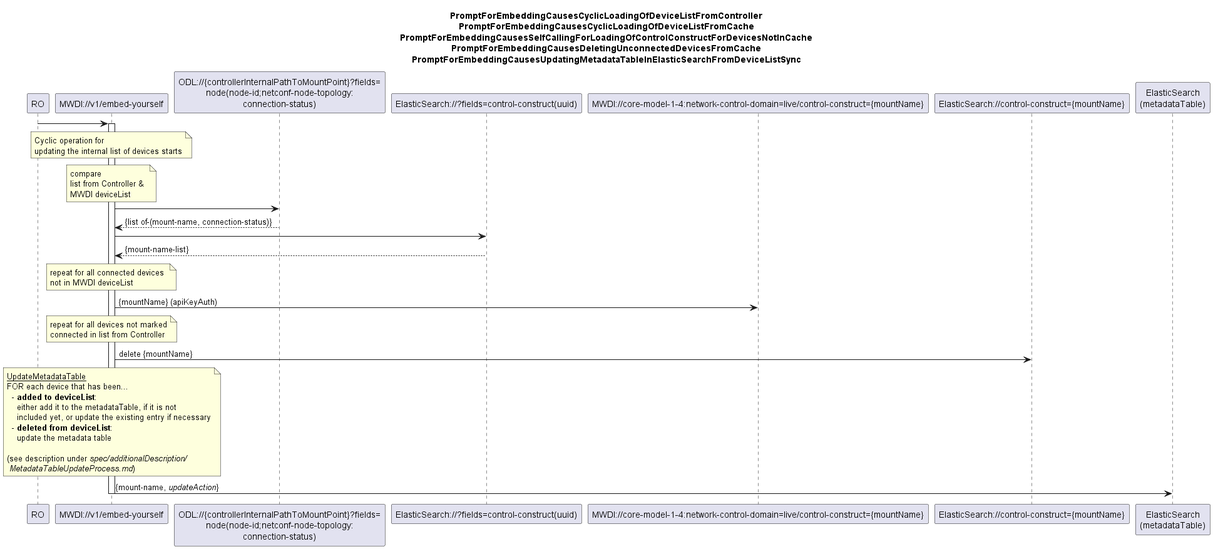
This is spec/diagrams/00x_CyclicOperationBasedDeviceListSync.png from openBackhaul/MicroWaveDeviceInventory, a PlantUML export, as it was before one commit.
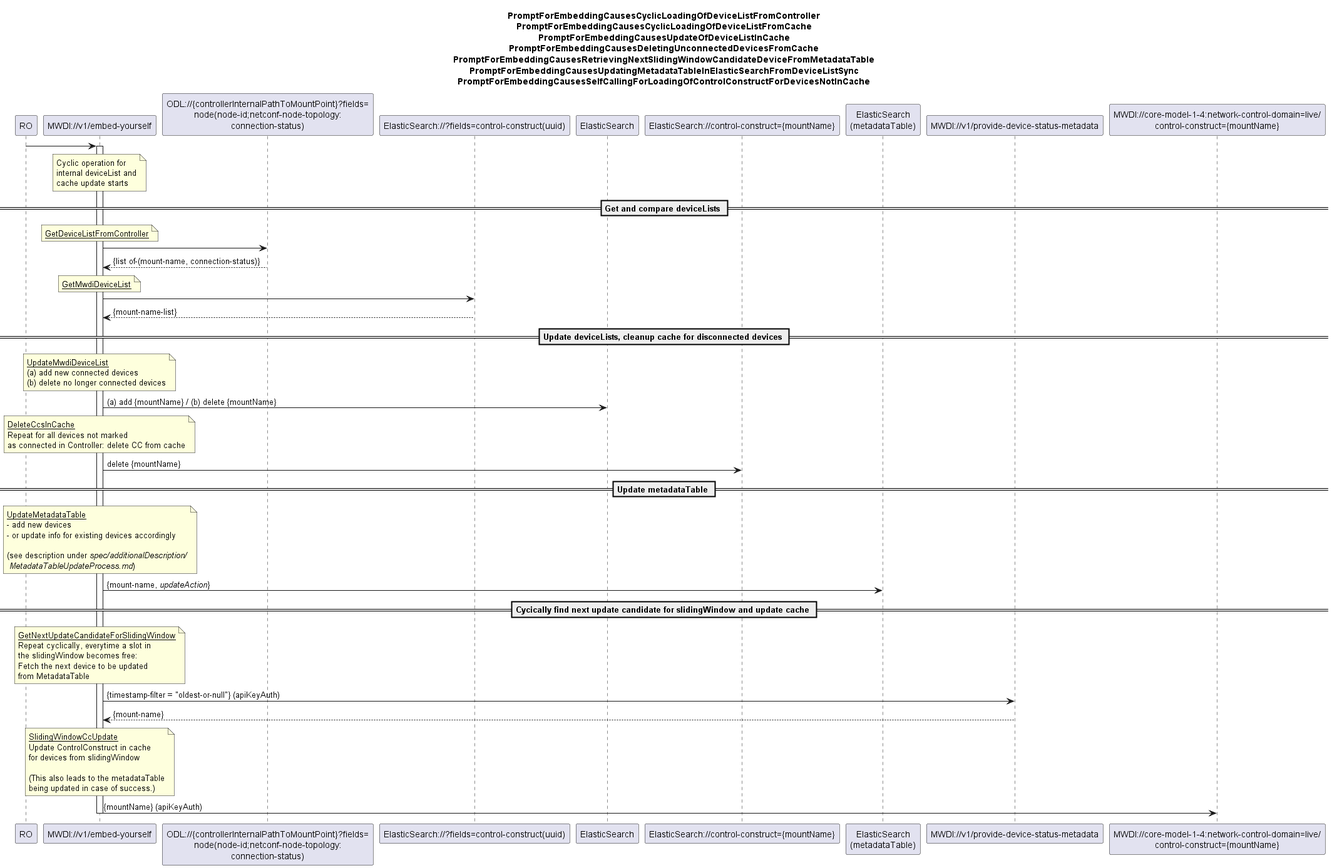
Above is the later version.

Change to the diagram source:
```diff
@@ -1,70 +1,102 @@
 @startuml 00x_CyclicOperationBasedDeviceListSync
 skinparam responseMessageBelowArrow true
+
+
 
 title
 PromptForEmbeddingCausesCyclicLoadingOfDeviceListFromController
 PromptForEmbeddingCausesCyclicLoadingOfDeviceListFromCache
+PromptForEmbeddingCausesUpdateOfDeviceListInCache
+PromptForEmbeddingCausesDeletingUnconnectedDevicesFromCache
+PromptForEmbeddingCausesRetrievingNextSlidingWindowCandidateDeviceFromMetadataTable
+PromptForEmbeddingCausesUpdatingMetadataTableInElasticSearchFromDeviceListSync
 PromptForEmbeddingCausesSelfCallingForLoadingOfControlConstructForDevicesNotInCache
-PromptForEmbeddingCausesDeletingUnconnectedDevicesFromCache
-PromptForEmbeddingCausesUpdatingMetadataTableInElasticSearchFromDeviceListSync
 end title
 
 participant "RO" as ro
 participant "MWDI://v1/embed-yourself" as mwdi
 participant "ODL://{controllerInternalPathToMountPoint}?fields=\nnode(node-id;netconf-node-topology:\nconnection-status)" as odlConnectionStatus
 participant "ElasticSearch://?fields=control-construct(uuid)" as ConnectedDeviceList
-participant "MWDI://core-model-1-4:network-control-domain=live/control-construct={mountName}" as ControlConstruct
-participant "ElasticSearch://control-construct={mountName}" as es
+participant "ElasticSearch" as es
+participant "ElasticSearch://control-construct={mountName}" as esCC
 participant "ElasticSearch\n(metadataTable)" as mtab
+participant "MWDI://v1/provide-device-status-metadata" as metadata
+participant "MWDI://core-model-1-4:network-control-domain=live/\ncontrol-construct={mountName}" as ControlConstruct
+
+
 
 ro -> mwdi
 activate mwdi
 
 note over mwdi
 Cyclic operation for
-updating the internal list of devices starts
+internal deviceList and
+cache update starts
 end note
 
+== Get and compare deviceLists ==
+
 note over mwdi
-compare
-list from Controller &
-MWDI deviceList
+  <u>GetDeviceListFromController</u>
 end note
-
 mwdi -> odlConnectionStatus
 odlConnectionStatus --> mwdi: {list of-(mount-name, connection-status)}
 
+note over mwdi
+  <u>GetMwdiDeviceList</u>
+end note
 mwdi -> ConnectedDeviceList
 ConnectedDeviceList --> mwdi: {mount-name-list}
 
-note over mwdi
-repeat for all connected devices
-not in MWDI deviceList
-end note
-
-mwdi -> ControlConstruct: {mountName} (apiKeyAuth)
+== Update deviceLists, cleanup cache for disconnected devices ==
 
 note over mwdi
-repeat for all devices not marked
-connected in list from Controller
+  <u>UpdateMwdiDeviceList</u>
+  (a) add new connected devices
+  (b) delete no longer connected devices
 end note
-
-mwdi -> es: delete {mountName}
+mwdi -> es: (a) add {mountName} / (b) delete {mountName}
 
 note over mwdi
+  <u>DeleteCcsInCache</u>
+  Repeat for all devices not marked
+  as connected in Controller: delete CC from cache
+end note
+mwdi -> esCC: delete {mountName}
+
+== Update metadataTable ==
+note over mwdi
   <u>UpdateMetadataTable</u>
-  FOR each device that has been...
-    - <b>added to deviceList</b>:
-      either add it to the metadataTable, if it is not
-      included yet, or update the existing entry if necessary
-    - <b>deleted from deviceList</b>:
-      update the metadata table
+  - add new devices
+  - or update info for existing devices accordingly
 
   (see description under <i>spec/additionalDescription/</i>
    <i>MetadataTableUpdateProcess.md</i>)
 end note
 mwdi -> mtab: {mount-name, <i>updateAction</i>}
 
+== Cycically find next update candidate for slidingWindow and update cache ==
+
+note over mwdi
+  <u>GetNextUpdateCandidateForSlidingWindow</u>
+  Repeat cyclically, everytime a slot in
+  the slidingWindow becomes free:
+  Fetch the next device to be updated
+  from MetadataTable
+end note
+mwdi -> metadata: {timestamp-filter = "oldest-or-null"} (apiKeyAuth)
+metadata --> mwdi: {mount-name}
+
+note over mwdi
+  <u>SlidingWindowCcUpdate</u>
+  Update ControlConstruct in cache
+  for devices from slidingWindow
+
+  (This also leads to the metadataTable
+  being updated in case of success.)
+end note
+mwdi -> ControlConstruct: {mountName} (apiKeyAuth)
+
 deactivate mwdi
 
 @enduml
```
